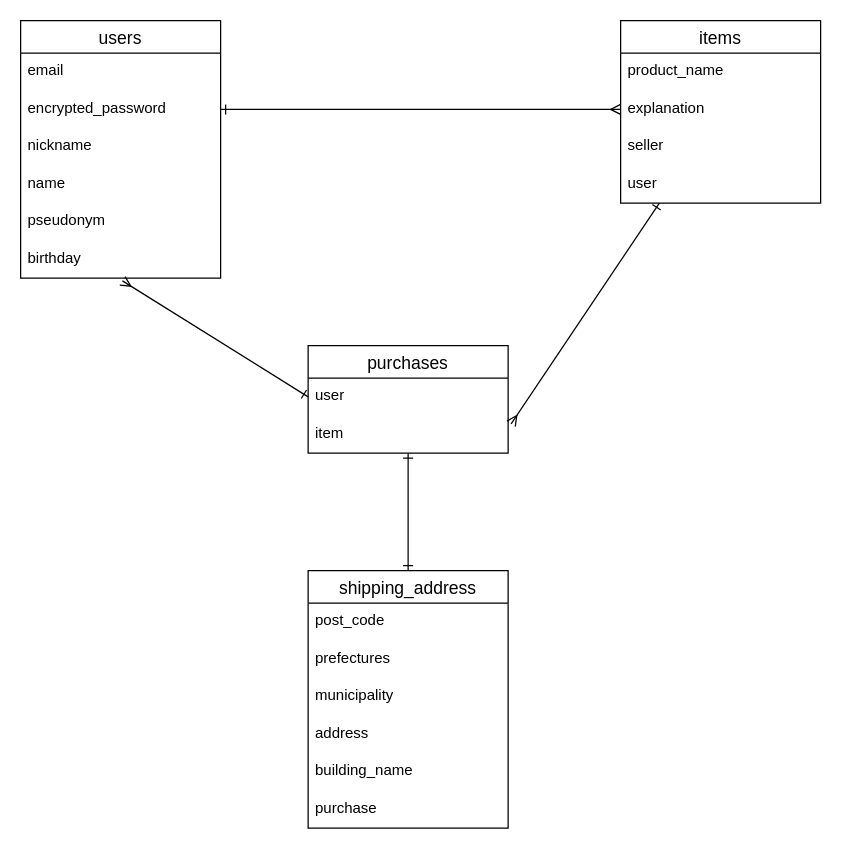
yuukiuvw/furima-37560 keeps this draw.io diagram as test2.dio. Above is the earlier version. Source tidied: cells renumbered, new cells numbered last; positions are measured from the earlier drawing's top-left corner, leaving out a move shared by most shapes. Both pictures are drawn from the tidied source at 125%, with x=0, y=0 at pixel (20, 20).
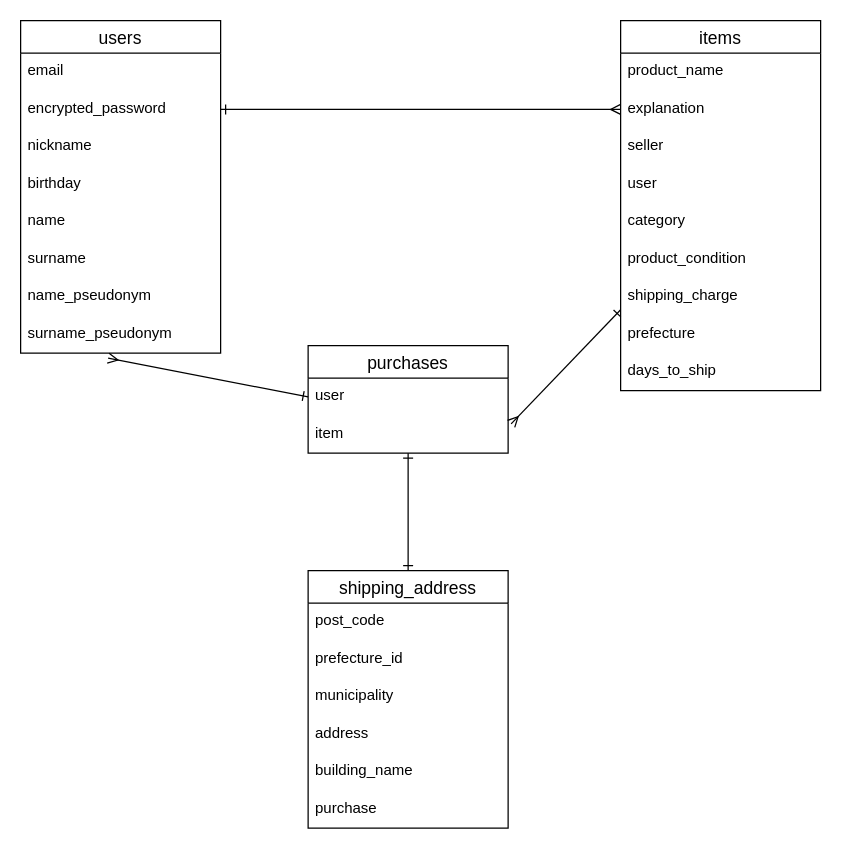
Above is the later version.

The change refers to these unchanged cells:
```xml
<mxCell id="17" value="user" style="text;strokeColor=none;fillColor=none;spacingLeft=4;spacingRight=4;overflow=hidden;points=[[0,0.5],[1,0.5]];portConstraint=eastwest;fontSize=12;" parent="16" vertex="1">
  <mxGeometry y="26" width="160" height="30" as="geometry" />
</mxCell>
<mxCell id="19" value="shipping_address" style="swimlane;fontStyle=0;horizontal=1;startSize=26;align=center;fontSize=14;" parent="1" vertex="1">
  <mxGeometry x="230" y="440" width="160" height="206" as="geometry" />
</mxCell>
```

Diff of the diagram source:
```diff
@@
     <mxCell id="2" value="users" style="swimlane;fontStyle=0;horizontal=1;startSize=26;align=center;fontSize=14;" parent="1" vertex="1">
-      <mxGeometry width="160" height="206" as="geometry" />
+      <mxGeometry width="160" height="266" as="geometry" />
     </mxCell>
@@
+    <mxCell id="8" value="birthday" style="text;strokeColor=none;fillColor=none;spacingLeft=4;spacingRight=4;overflow=hidden;points=[[0,0.5],[1,0.5]];portConstraint=eastwest;fontSize=12;" parent="2" vertex="1">
+      <mxGeometry y="116" width="160" height="30" as="geometry" />
+    </mxCell>
     <mxCell id="6" value="name" style="text;strokeColor=none;fillColor=none;spacingLeft=4;spacingRight=4;overflow=hidden;fontSize=12;" parent="2" vertex="1">
-      <mxGeometry y="116" width="160" height="30" as="geometry" />
+      <mxGeometry y="146" width="160" height="30" as="geometry" />
     </mxCell>
-    <mxCell id="7" value="pseudonym" style="text;strokeColor=none;fillColor=none;spacingLeft=4;spacingRight=4;overflow=hidden;fontSize=12;" parent="2" vertex="1">
-      <mxGeometry y="146" width="160" height="30" as="geometry" />
+    <mxCell id="7" value="surname" style="text;strokeColor=none;fillColor=none;spacingLeft=4;spacingRight=4;overflow=hidden;fontSize=12;" parent="2" vertex="1">
+      <mxGeometry y="176" width="160" height="30" as="geometry" />
     </mxCell>
-    <mxCell id="8" value="birthday" style="text;strokeColor=none;fillColor=none;spacingLeft=4;spacingRight=4;overflow=hidden;points=[[0,0.5],[1,0.5]];portConstraint=eastwest;fontSize=12;" parent="2" vertex="1">
-      <mxGeometry y="176" width="160" height="30" as="geometry" />
-    </mxCell>
+    <mxCell id="28" value="name_pseudonym" style="text;strokeColor=none;fillColor=none;spacingLeft=4;spacingRight=4;overflow=hidden;fontSize=12;" parent="2" vertex="1">
+      <mxGeometry y="206" width="160" height="30" as="geometry" />
+    </mxCell>
+    <mxCell id="29" value="surname_pseudonym" style="text;strokeColor=none;fillColor=none;spacingLeft=4;spacingRight=4;overflow=hidden;fontSize=12;" parent="2" vertex="1">
+      <mxGeometry y="236" width="160" height="30" as="geometry" />
+    </mxCell>
@@
     <mxCell id="10" value="items" style="swimlane;fontStyle=0;horizontal=1;startSize=26;align=center;fontSize=14;" parent="1" vertex="1">
-      <mxGeometry x="480" width="160" height="146" as="geometry" />
+      <mxGeometry x="480" width="160" height="296" as="geometry" />
     </mxCell>
@@
+    <mxCell id="30" value="category" style="text;strokeColor=none;fillColor=none;spacingLeft=4;spacingRight=4;overflow=hidden;fontSize=12;" parent="10" vertex="1">
+      <mxGeometry y="146" width="160" height="30" as="geometry" />
+    </mxCell>
+    <mxCell id="31" value="product_condition" style="text;strokeColor=none;fillColor=none;spacingLeft=4;spacingRight=4;overflow=hidden;fontSize=12;" parent="10" vertex="1">
+      <mxGeometry y="176" width="160" height="30" as="geometry" />
+    </mxCell>
+    <mxCell id="32" value="shipping_charge" style="text;strokeColor=none;fillColor=none;spacingLeft=4;spacingRight=4;overflow=hidden;fontSize=12;" parent="10" vertex="1">
+      <mxGeometry y="206" width="160" height="30" as="geometry" />
+    </mxCell>
+    <mxCell id="33" value="prefecture" style="text;strokeColor=none;fillColor=none;spacingLeft=4;spacingRight=4;overflow=hidden;fontSize=12;" parent="10" vertex="1">
+      <mxGeometry y="236" width="160" height="30" as="geometry" />
+    </mxCell>
+    <mxCell id="34" value="days_to_ship" style="text;strokeColor=none;fillColor=none;spacingLeft=4;spacingRight=4;overflow=hidden;fontSize=12;" parent="10" vertex="1">
+      <mxGeometry y="266" width="160" height="30" as="geometry" />
+    </mxCell>
@@
-    <mxCell id="21" value="prefectures" style="text;strokeColor=none;fillColor=none;spacingLeft=4;spacingRight=4;overflow=hidden;fontSize=12;" parent="19" vertex="1">
+    <mxCell id="21" value="prefecture_id" style="text;strokeColor=none;fillColor=none;spacingLeft=4;spacingRight=4;overflow=hidden;fontSize=12;" parent="19" vertex="1">
       <mxGeometry y="56" width="160" height="30" as="geometry" />
     </mxCell>
@@
-    <mxCell id="27" style="edgeStyle=none;html=1;exitX=0;exitY=0.5;exitDx=0;exitDy=0;startArrow=ERone;startFill=0;endArrow=ERmany;endFill=0;entryX=0.509;entryY=1.073;entryDx=0;entryDy=0;entryPerimeter=0;" parent="1" edge="1" source="17" target="8">
-      <mxGeometry relative="1" as="geometry" />
+    <mxCell id="27" style="edgeStyle=none;html=1;exitX=0;exitY=0.5;exitDx=0;exitDy=0;startArrow=ERone;startFill=0;endArrow=ERmany;endFill=0;" parent="1" edge="1" source="17">
+      <mxGeometry relative="1" as="geometry">
+        <mxPoint x="70" y="270" as="targetPoint" />
+      </mxGeometry>
     </mxCell>
```
